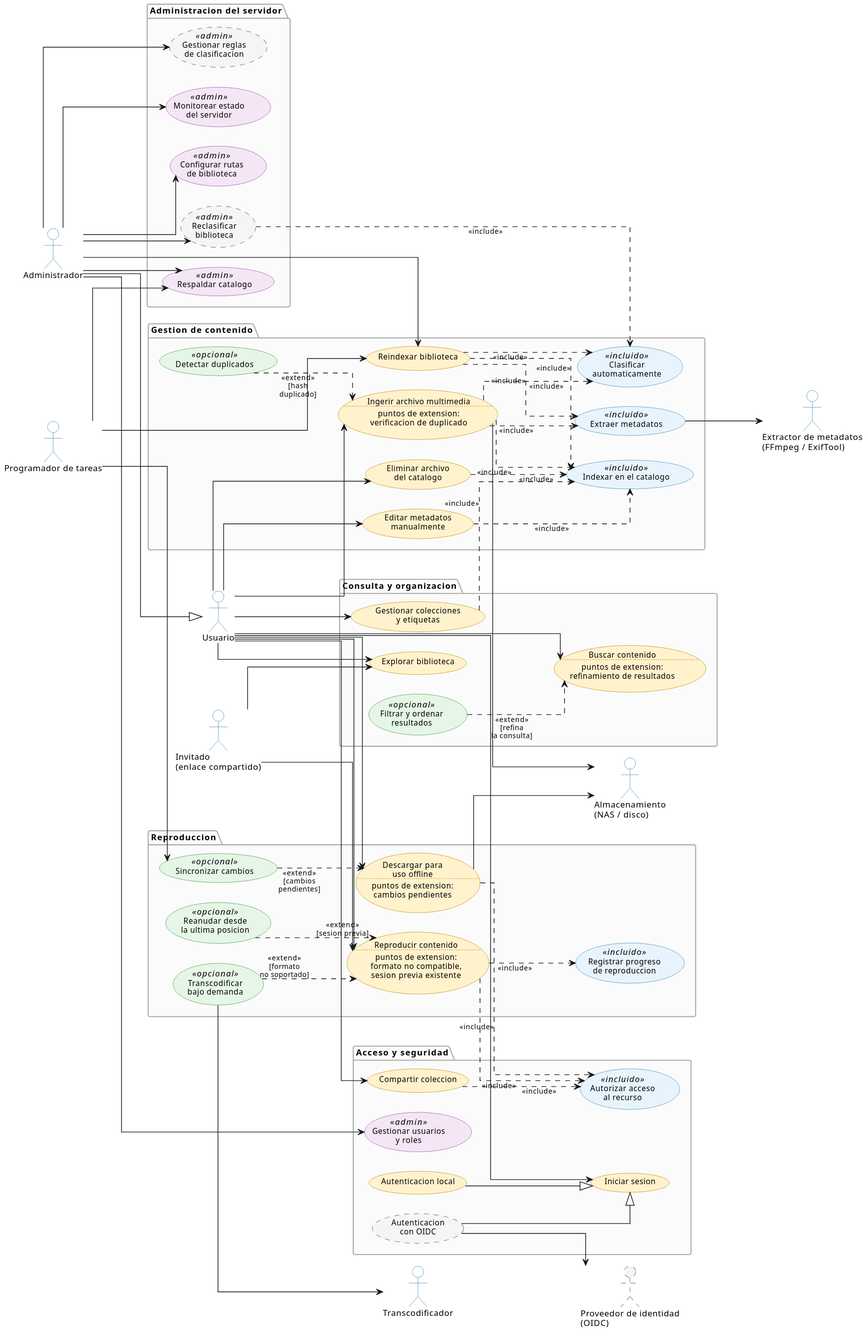
The PlantUML diagram docs/architecture/software/es/OmniStream-CasosDeUso.svg in fe-ba/OmniStream, before a commit.
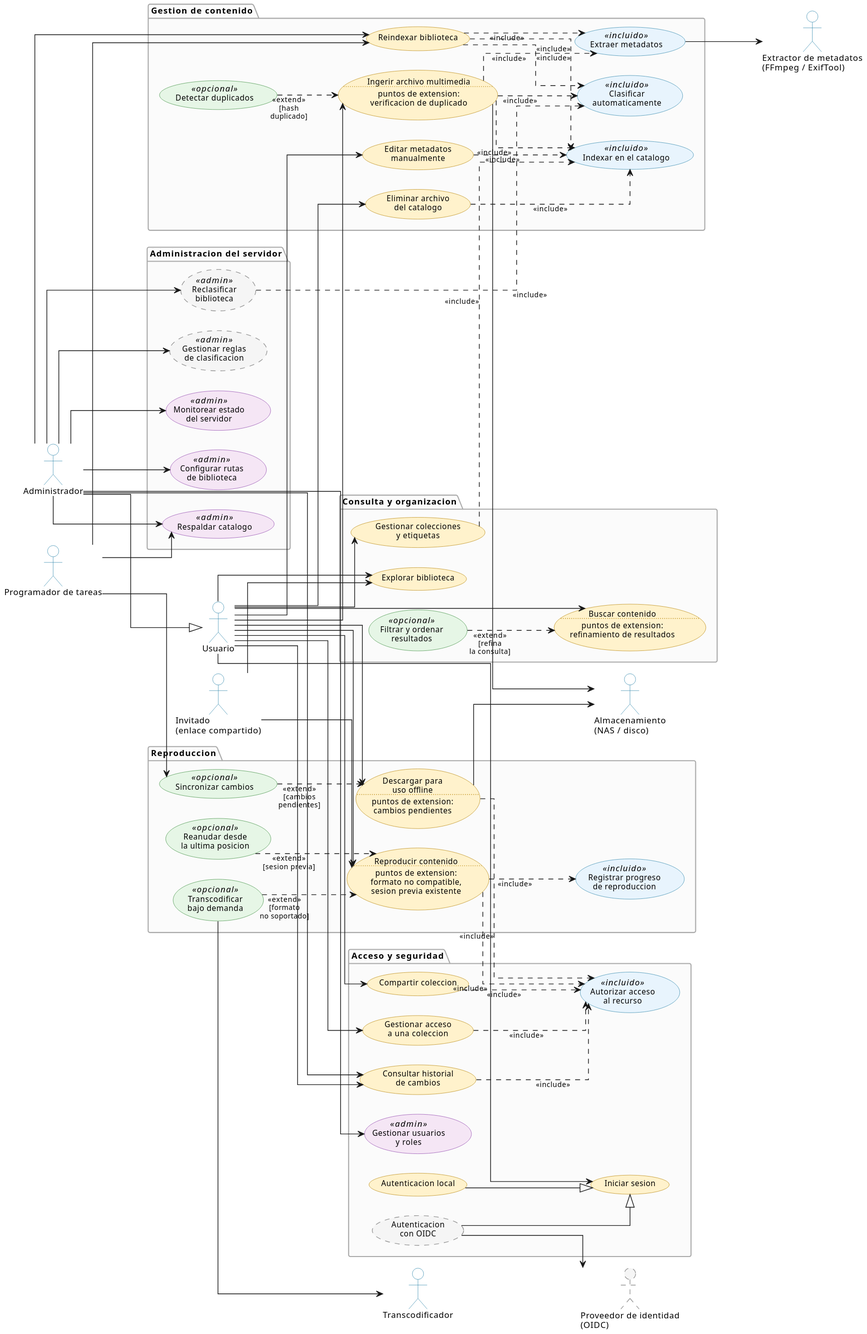
The same diagram one commit later.

The edit, as a diff of the source:
```diff
@@ -71,6 +71,8 @@
   usecase "Autorizar acceso\nal recurso"  as UC19 <<incluido>>
   usecase "Compartir coleccion"           as UC20
   usecase "Gestionar usuarios\ny roles"   as UC21 <<admin>>
+  usecase "Gestionar acceso\na una coleccion" as UC28
+  usecase "Consultar historial\nde cambios"  as UC29
 }
 
 package "Administracion del servidor" {
@@ -97,6 +99,8 @@
 Usuario --> UC16
 Usuario --> UC18
 Usuario --> UC20
+Usuario --> UC28
+Usuario --> UC29
 
 Invitado --> UC10
 Invitado --> UC12
@@ -108,6 +112,7 @@
 Admin --> UC24
 Admin --> UC26
 Admin --> UC27
+Admin --> UC29
 
 UC3   --> SysMeta
 UC1   --> SysFs
@@ -132,6 +137,8 @@
 UC12 ..> UC15 : <<include>>
 UC16 ..> UC19 : <<include>>
 UC20 ..> UC19 : <<include>>
+UC28 ..> UC19 : <<include>>
+UC29 ..> UC19 : <<include>>
 
 UC5  ..> UC1  : <<extend>>\n[hash\nduplicado]
 UC13 ..> UC12 : <<extend>>\n[formato\nno soportado]
```
